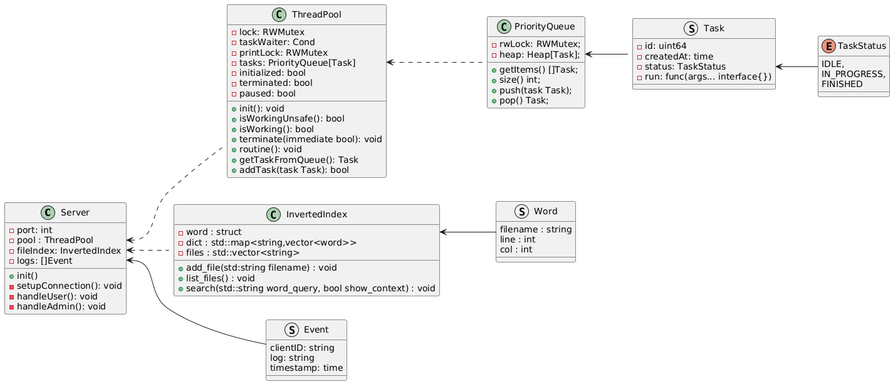
The PlantUML diagram docs/uml/class-diagram.png in ArtemLymarenko/parallel-course-work, before a commit.
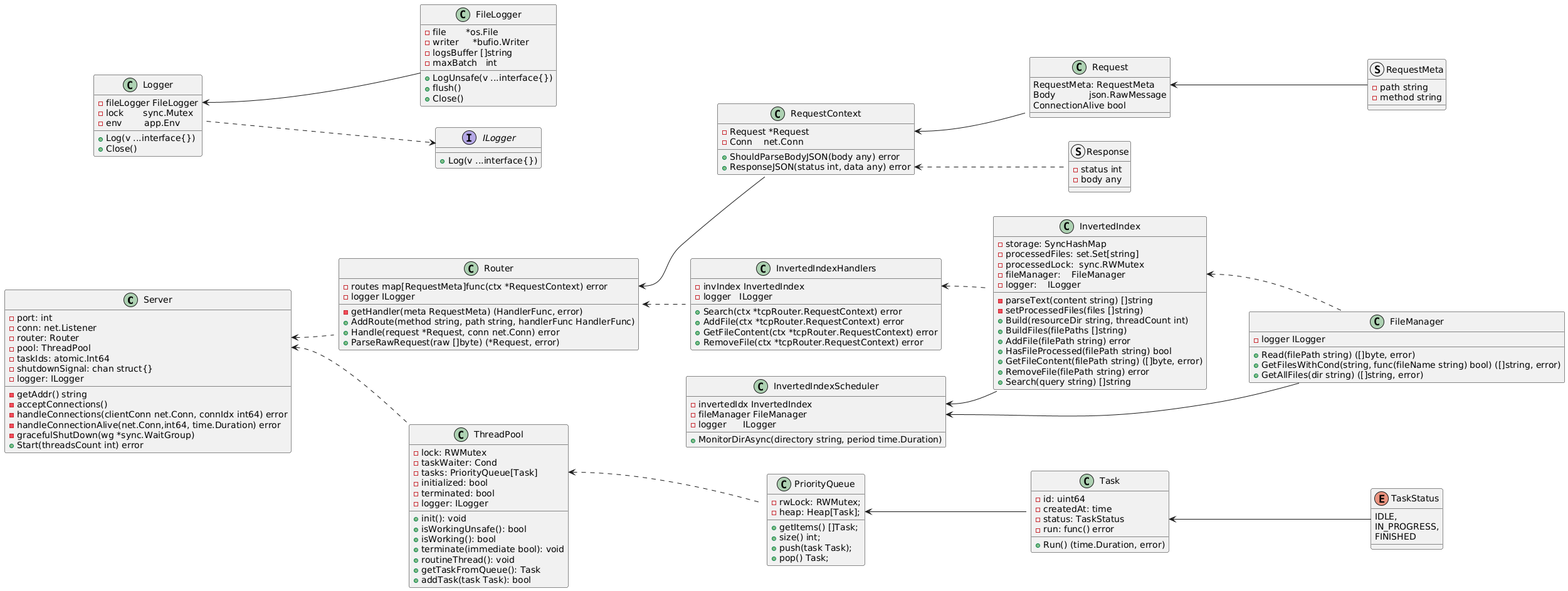
Later version of the same file.

The edit, as a diff of the source:
```diff
@@ -2,44 +2,100 @@
 left to right direction
 class Server{
      {field} -port: int
-     {field} -pool : ThreadPool
-     {field} -fileIndex: InvertedIndex
-     {field} -logs: []Event
-     {method} +init()
-     {method} -setupConnection(): void
-     {method} -handleUser(): void
-     {method} -handleAdmin(): void
+     {field} -conn: net.Listener
+     {field} -router: Router
+     {field} -pool: ThreadPool
+     {field} -taskIds: atomic.Int64
+     {field} -shutdownSignal: chan struct{}
+     {field} -logger: ILogger
+
+     {method} -getAddr() string
+     {method} -acceptConnections()
+     {method} -handleConnections(clientConn net.Conn, connIdx int64) error
+     {method} -handleConnectionAlive(net.Conn,int64, time.Duration) error
+     {method} -gracefulShutDown(wg *sync.WaitGroup)
+     {method} +Start(threadsCount int) error
+
 }
 
-struct Event{
-     {field} clientID: string
-     {field} log: string
-     {field} timestamp: time
+class Router{
+     {field} -routes map[RequestMeta]func(ctx *RequestContext) error
+     {field} -logger ILogger
+
+     {method} -getHandler(meta RequestMeta) (HandlerFunc, error)
+     {method} +AddRoute(method string, path string, handlerFunc HandlerFunc)
+     {method} +Handle(request *Request, conn net.Conn) error
+     {method} +ParseRawRequest(raw []byte) (*Request, error)
+
+}
+
+struct RequestMeta{
+     {field} -path string
+     {field} -method string
+}
+
+struct Response{
+     {field} -status int
+     {field} -body any
+}
+
+class RequestContext{
+     {field} -Request *Request
+	 {field} -Conn    net.Conn
+
+    {method} +ShouldParseBodyJSON(body any) error
+    {method} +ResponseJSON(status int, data any) error
+}
+
+class Request{
+    {field} RequestMeta: RequestMeta
+    {field} Body            json.RawMessage
+    {field} ConnectionAlive bool
+}
+
+class InvertedIndexHandlers {
+    {field} -invIndex InvertedIndex
+    {field} -logger   ILogger
+
+    {method} +Search(ctx *tcpRouter.RequestContext) error
+    {method} +AddFile(ctx *tcpRouter.RequestContext) error
+    {method} +GetFileContent(ctx *tcpRouter.RequestContext) error
+    {method} +RemoveFile(ctx *tcpRouter.RequestContext) error
+}
+
+class FileManager {
+    {field} -logger ILogger
+
+    {method} +Read(filePath string) ([]byte, error)
+    {method} +GetFilesWithCond(string, func(fileName string) bool) ([]string, error)
+    {method} +GetAllFiles(dir string) ([]string, error)
+
 }
 
 class ThreadPool {
     {field} -lock: RWMutex
     {field} -taskWaiter: Cond
-    {field} -printLock: RWMutex
     {field} -tasks: PriorityQueue[Task]
     {field} -initialized: bool
     {field} -terminated: bool
-    {field} -paused: bool
+    {field} -logger: ILogger
 
     {method} +init(): void
     {method} +isWorkingUnsafe(): bool
     {method} +isWorking(): bool
     {method} +terminate(immediate bool): void
-    {method} +routine(): void
+    {method} + routineThread(): void
     {method} +getTaskFromQueue(): Task
     {method} +addTask(task Task): bool
 }
 
-struct Task{
+class Task{
      {field} -id: uint64
      {field} -createdAt: time
      {field} -status: TaskStatus
-     {field} -run: func(args... interface{})
+     {field} -run: func() error
+
+     {method} +Run() (time.Duration, error)
 }
 
 enum TaskStatus {
@@ -59,28 +115,81 @@
 }
 
 class InvertedIndex{
-     {field} -word : struct
-     {field} -dict : std::map<string,vector<word>>
-     {field} -files : std::vector<string>
-     {method} +add_file(std:string filename) : void
-     {method} +list_files() : void
-     {method} +search(std::string word_query, bool show_context) : void
+     {field} -storage: SyncHashMap
+     {field} -processedFiles: set.Set[string]
+     {field} -processedLock:  sync.RWMutex
+     {field} -fileManager:    FileManager
+     {field} -logger:    ILogger
+
+     {method} -parseText(content string) []string
+     {method} -setProcessedFiles(files []string)
+     {method} +Build(resourceDir string, threadCount int)
+     {method} +BuildFiles(filePaths []string)
+     {method} +AddFile(filePath string) error
+     {method} +HasFileProcessed(filePath string) bool
+     {method} +GetFileContent(filePath string) ([]byte, error)
+     {method} +RemoveFile(filePath string) error
+     {method} +Search(query string) []string
 }
 
-struct Word{
-     {field} filename : string
-     {field} line : int
-     {field} col : int
+class FileLogger{
+    {field} -file       *os.File
+    {field} -writer     *bufio.Writer
+    {field} -logsBuffer []string
+    {field} -maxBatch   int
+
+    {method} +LogUnsafe(v ...interface{})
+    {method} +flush()
+    {method} +Close()
+
+}
+
+class Logger{
+    {field} -fileLogger FileLogger
+    {field} -lock       sync.Mutex
+    {field} -env        app.Env
+
+    {method} +Log(v ...interface{})
+    {method} +Close()
+}
+
+interface ILogger{
+    {method} +Log(v ...interface{})
 }
 
 
+class InvertedIndexScheduler {
+    {field} -invertedIdx InvertedIndex
+	{field} -fileManager FileManager
+	{field} -logger      ILogger
+
+	{method} +MonitorDirAsync(directory string, period time.Duration)
+}
+
 Server::pool <.. ThreadPool
-Server::logs <-- Event
+Server::Router <.. Router
+
+Router::RequestContext <-- RequestContext
+
+RequestContext::ResponseJSON <.. Response
+RequestContext::Request <-- Request
+
+Request::RequestMeta <-- RequestMeta
+
 PriorityQueue::heap <-- Task
 ThreadPool::tasks <.. PriorityQueue
+
 Task::status <-- TaskStatus
 
+InvertedIndex::FileManager <.. FileManager
 
-Server::fileIndex<.. InvertedIndex
-InvertedIndex::word <-- Word
+Router::routes <..InvertedIndexHandlers
+InvertedIndexHandlers::InvertedIndex <.. InvertedIndex
+
+Logger::FileLogger <-- FileLogger
+
+Logger ..> ILogger
+
+InvertedIndexScheduler::FileManager <-- FileManager
+InvertedIndexScheduler::InvertedIndex <-- InvertedIndex
 @enduml
```
